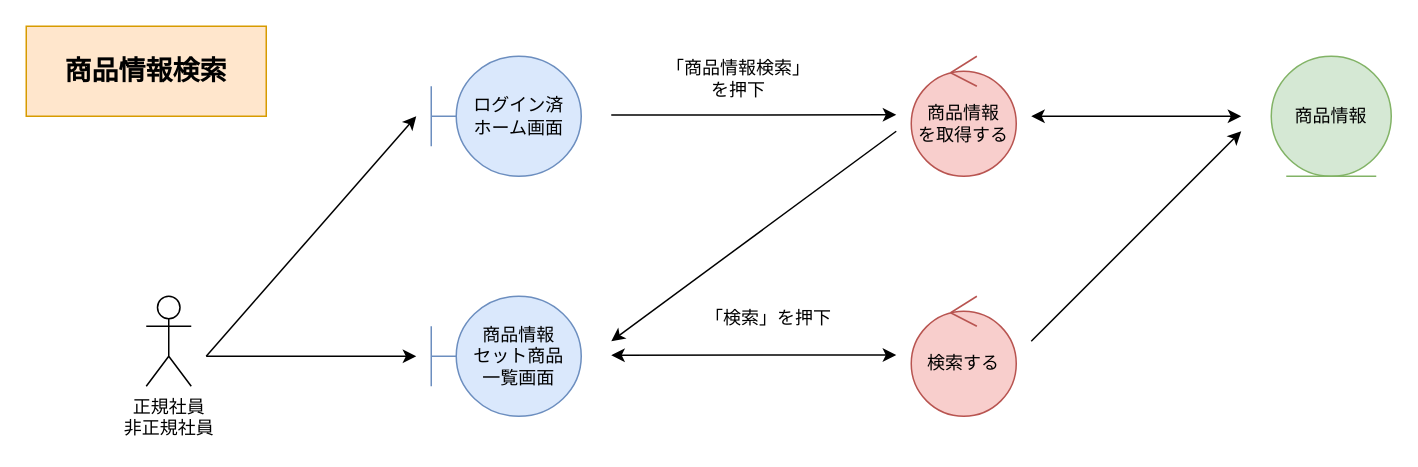
Before: page "*商品情報検索" (1 of 3) of 各種設計書/3ロバストネス図/商品情報管理/2.検索機能.drawio in HaruShim/Sotuken, a draw.io diagram. Source tidied: cells renumbered, new cells numbered last; positions are measured from the earlier drawing's top-left corner, leaving out a move shared by most shapes. Both pictures are drawn from the tidied source at 150%, with x=0, y=0 at pixel (26, 26).
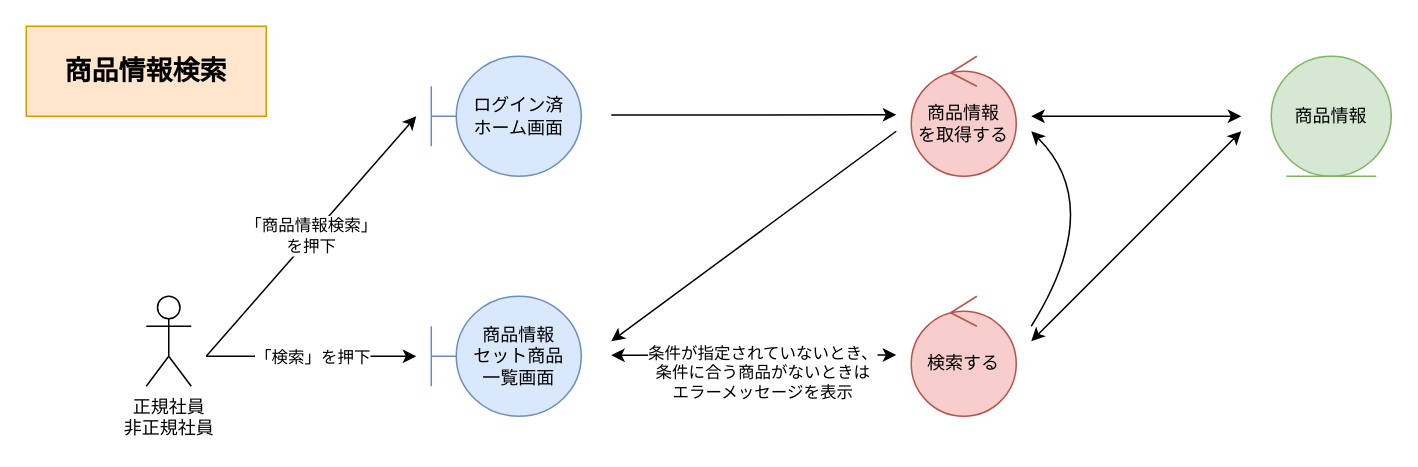
Above is the later version.

The edit, as a diff of the source:
```diff
@@
-    <mxCell id="2" value="正規社員&lt;br&gt;非正規社員" style="shape=umlActor;verticalLabelPosition=bottom;verticalAlign=top;html=1;" parent="1" vertex="1">
-      <mxGeometry x="80" y="180" width="30" height="60" as="geometry" />
-    </mxCell>
+    <mxCell id="17" value="正規社員&lt;br&gt;非正規社員" style="shape=umlActor;verticalLabelPosition=bottom;verticalAlign=top;html=1;" parent="1" vertex="1">
+      <mxGeometry x="80" y="180" width="30" height="60" as="geometry" />
+    </mxCell>
@@
-    <mxCell id="7" style="endArrow=classic;html=1;rounded=0;" parent="1" edge="1">
-      <mxGeometry relative="1" as="geometry">
-        <mxPoint x="390" y="59.2" as="sourcePoint" />
-        <mxPoint x="580" y="59" as="targetPoint" />
-      </mxGeometry>
-    </mxCell>
+    <mxCell id="18" style="endArrow=classic;html=1;rounded=0;" parent="1" edge="1">
+      <mxGeometry relative="1" as="geometry">
+        <mxPoint x="390" y="59.2" as="sourcePoint" />
+        <mxPoint x="580" y="59" as="targetPoint" />
+      </mxGeometry>
+    </mxCell>
+    <mxCell id="19" style="endArrow=classic;html=1;rounded=0;" parent="1" edge="1">
+      <mxGeometry relative="1" as="geometry">
+        <mxPoint x="120" y="220" as="sourcePoint" />
+        <mxPoint x="260" y="60" as="targetPoint" />
+      </mxGeometry>
+    </mxCell>
-    <mxCell id="8" value="「商品情報検索」&lt;br&gt;を押下" style="text;html=1;strokeColor=none;fillColor=none;align=center;verticalAlign=middle;whiteSpace=wrap;rounded=0;" parent="1" vertex="1">
-      <mxGeometry x="420" y="20" width="110" height="30" as="geometry" />
+    <mxCell id="8" value="「商品情報検索」&lt;br&gt;を押下" style="edgeLabel;html=1;align=center;verticalAlign=middle;" parent="19" vertex="1">
+      <mxGeometry x="0.23" y="1" relative="1" as="geometry">
+        <mxPoint x="-16" y="19" as="offset" />
+      </mxGeometry>
     </mxCell>
-    <mxCell id="9" style="endArrow=classic;html=1;rounded=0;" parent="1" edge="1">
-      <mxGeometry relative="1" as="geometry">
-        <mxPoint x="120" y="220" as="sourcePoint" />
-        <mxPoint x="260" y="60" as="targetPoint" />
-      </mxGeometry>
-    </mxCell>
-    <mxCell id="10" style="endArrow=classic;html=1;rounded=0;" parent="1" edge="1">
-      <mxGeometry relative="1" as="geometry">
-        <mxPoint x="120" y="220" as="sourcePoint" />
-        <mxPoint x="260" y="220" as="targetPoint" />
-      </mxGeometry>
-    </mxCell>
-    <mxCell id="11" style="endArrow=classic;html=1;rounded=0;startArrow=classic;startFill=1;" parent="1" edge="1">
-      <mxGeometry relative="1" as="geometry">
-        <mxPoint x="670" y="60" as="sourcePoint" />
-        <mxPoint x="810" y="60" as="targetPoint" />
-      </mxGeometry>
-    </mxCell>
-    <mxCell id="12" style="endArrow=classic;html=1;rounded=0;startArrow=none;startFill=0;endFill=1;" parent="1" edge="1">
-      <mxGeometry relative="1" as="geometry">
-        <mxPoint x="580" y="70" as="sourcePoint" />
-        <mxPoint x="390" y="210" as="targetPoint" />
-      </mxGeometry>
-    </mxCell>
+    <mxCell id="20" style="endArrow=classic;html=1;rounded=0;" parent="1" edge="1">
+      <mxGeometry relative="1" as="geometry">
+        <mxPoint x="120" y="220" as="sourcePoint" />
+        <mxPoint x="260" y="220" as="targetPoint" />
+      </mxGeometry>
+    </mxCell>
+    <mxCell id="16" value="「検索」を押下" style="edgeLabel;html=1;align=center;verticalAlign=middle;" parent="20" vertex="1">
+      <mxGeometry x="-0.26" y="1" relative="1" as="geometry">
+        <mxPoint x="18" y="1" as="offset" />
+      </mxGeometry>
+    </mxCell>
+    <mxCell id="21" style="endArrow=classic;html=1;rounded=0;startArrow=classic;startFill=1;" parent="1" edge="1">
+      <mxGeometry relative="1" as="geometry">
+        <mxPoint x="670" y="60" as="sourcePoint" />
+        <mxPoint x="810" y="60" as="targetPoint" />
+      </mxGeometry>
+    </mxCell>
+    <mxCell id="22" style="endArrow=classic;html=1;rounded=0;startArrow=none;startFill=0;endFill=1;" parent="1" edge="1">
+      <mxGeometry relative="1" as="geometry">
+        <mxPoint x="580" y="70" as="sourcePoint" />
+        <mxPoint x="390" y="210" as="targetPoint" />
+      </mxGeometry>
+    </mxCell>
@@
-    <mxCell id="14" style="endArrow=classic;html=1;rounded=0;startArrow=classic;startFill=1;" parent="1" edge="1">
-      <mxGeometry relative="1" as="geometry">
-        <mxPoint x="390" y="219.3" as="sourcePoint" />
-        <mxPoint x="580" y="219.2" as="targetPoint" />
-      </mxGeometry>
-    </mxCell>
-    <mxCell id="15" style="endArrow=classic;html=1;rounded=0;" parent="1" edge="1">
-      <mxGeometry relative="1" as="geometry">
-        <mxPoint x="670" y="210" as="sourcePoint" />
-        <mxPoint x="810" y="70" as="targetPoint" />
-      </mxGeometry>
-    </mxCell>
-    <mxCell id="16" value="「検索」を押下" style="text;html=1;strokeColor=none;fillColor=none;align=center;verticalAlign=middle;whiteSpace=wrap;rounded=0;" parent="1" vertex="1">
-      <mxGeometry x="440" y="180" width="110" height="30" as="geometry" />
-    </mxCell>
-    <mxCell id="17" value="商品情報検索" style="rounded=0;whiteSpace=wrap;html=1;fillColor=#ffe6cc;strokeColor=#d79b00;fontStyle=1;fontSize=18;" parent="1" vertex="1">
-      <mxGeometry width="160" height="60" as="geometry" />
-    </mxCell>
+    <mxCell id="23" style="endArrow=classic;html=1;rounded=0;startArrow=classic;startFill=1;strokeColor=default;labelBackgroundColor=default;fontColor=default;" parent="1" edge="1">
+      <mxGeometry relative="1" as="geometry">
+        <mxPoint x="390" y="219.3" as="sourcePoint" />
+        <mxPoint x="580" y="219.2" as="targetPoint" />
+      </mxGeometry>
+    </mxCell>
+    <mxCell id="24" value="条件が指定されていないとき、&lt;br&gt;条件に合う商品がないときは&lt;br&gt;エラーメッセージを表示" style="edgeLabel;html=1;align=center;verticalAlign=middle;fontColor=default;labelBackgroundColor=default;" parent="23" vertex="1">
+      <mxGeometry x="0.29" y="-2" relative="1" as="geometry">
+        <mxPoint x="-23" y="9" as="offset" />
+      </mxGeometry>
+    </mxCell>
+    <mxCell id="25" style="endArrow=classic;html=1;rounded=0;startArrow=classic;startFill=1;strokeColor=default;labelBackgroundColor=default;fontColor=default;" parent="1" edge="1">
+      <mxGeometry relative="1" as="geometry">
+        <mxPoint x="670" y="210" as="sourcePoint" />
+        <mxPoint x="810" y="70" as="targetPoint" />
+      </mxGeometry>
+    </mxCell>
+    <mxCell id="26" value="商品情報検索" style="rounded=0;whiteSpace=wrap;html=1;fillColor=#ffe6cc;strokeColor=#d79b00;fontStyle=1;fontSize=18;" parent="1" vertex="1">
+      <mxGeometry width="160" height="60" as="geometry" />
+    </mxCell>
+    <mxCell id="27" style="curved=1;endArrow=classic;html=1;rounded=0;labelBackgroundColor=default;fontColor=default;strokeColor=default;" parent="1" edge="1">
+      <mxGeometry relative="1" as="geometry">
+        <mxPoint x="670" y="200" as="sourcePoint" />
+        <mxPoint x="670" y="70" as="targetPoint" />
+        <Array as="points">
+          <mxPoint x="720" y="120" />
+        </Array>
+      </mxGeometry>
+    </mxCell>
```
